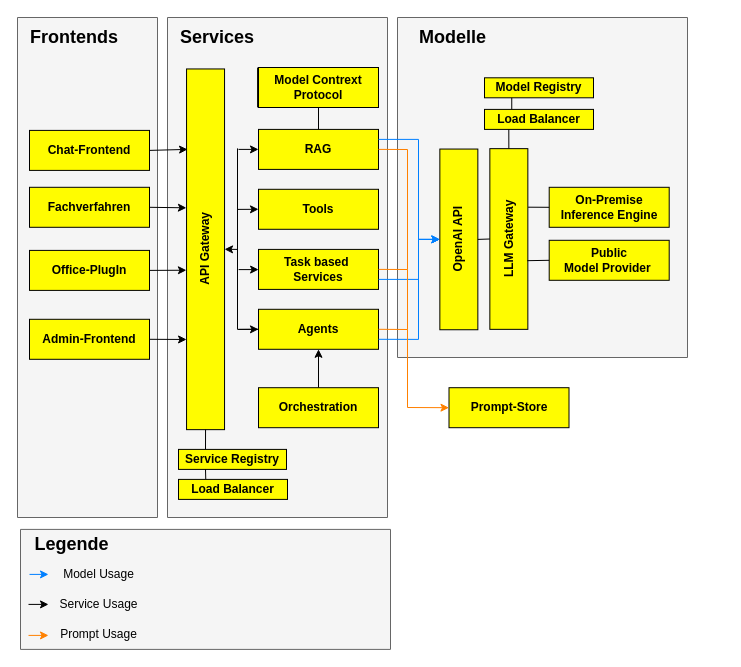
dneumnn/RAKIPOEV keeps this draw.io diagram as RAKIPOEV-docs/docs/drawio/HighLevelArchitecture.drawio. Above is the earlier version. Source tidied: cells renumbered, new cells numbered last; positions are measured from the earlier drawing's top-left corner, leaving out a move shared by most shapes. Both pictures are drawn from the tidied source at 100%, with x=0, y=0 at pixel (17, 17).
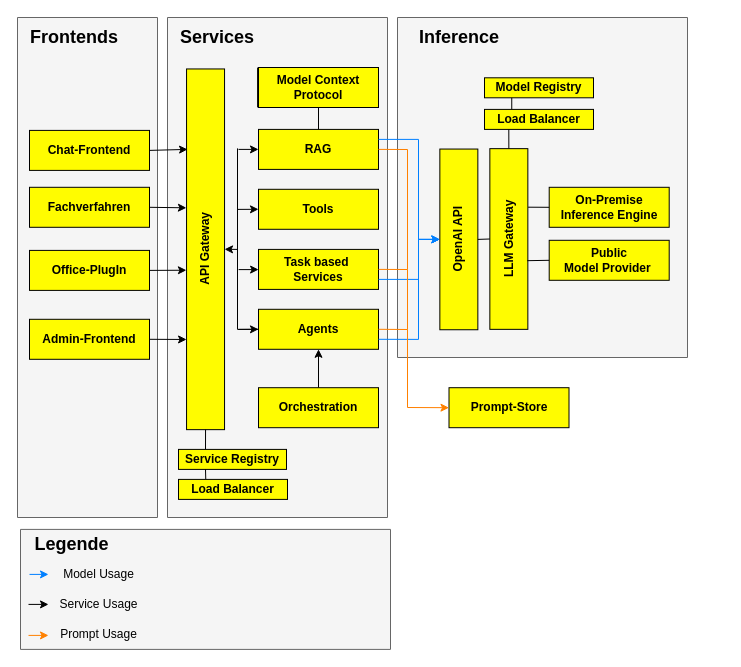
Above is the later version.

Commit message (it also covers changes not shown here):
added KI patterns into use cases umsetzung

The change refers to these unchanged cells:
```xml
<mxCell id="2" style="group;" parent="1" vertex="1">
  <mxGeometry x="30" y="50" width="675.8" height="450" as="geometry" />
</mxCell>
```

Diff of the diagram source:
```diff
@@
-    <mxCell id="9" value="Model Contrext Protocol" style="rounded=0;whiteSpace=wrap;html=1;fillStyle=solid;fillColor=#FFFC00;fontStyle=1;" parent="2" vertex="1">
+    <mxCell id="9" value="Model Context Protocol" style="rounded=0;whiteSpace=wrap;html=1;fillStyle=solid;fillColor=#FFFC00;fontStyle=1;" parent="2" vertex="1">
       <mxGeometry x="211" width="120" height="40" as="geometry" />
     </mxCell>
@@
-    <mxCell id="53" value="&lt;b&gt;&lt;font style=&quot;font-size: 18px;&quot;&gt;Modelle&lt;/font&gt;&lt;/b&gt;" style="text;html=1;align=left;verticalAlign=middle;whiteSpace=wrap;rounded=0;" parent="2" vertex="1">
+    <mxCell id="53" value="&lt;b&gt;&lt;font style=&quot;font-size: 18px;&quot;&gt;Inference&lt;/font&gt;&lt;/b&gt;" style="text;html=1;align=left;verticalAlign=middle;whiteSpace=wrap;rounded=0;" parent="2" vertex="1">
       <mxGeometry x="370" y="-50" width="270" height="40" as="geometry" />
     </mxCell>
```
